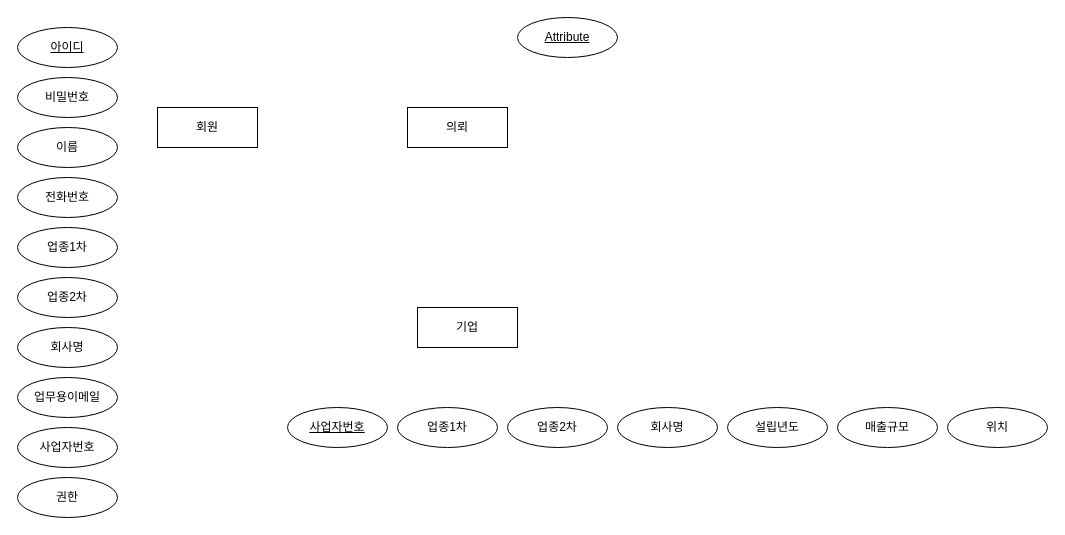
Before: 제목 없는 다이어그램.drawio in hanbinpark/Spring, a draw.io diagram. Source tidied: cells renumbered, new cells numbered last; positions are measured from the earlier drawing's top-left corner, leaving out a move shared by most shapes. Both pictures are drawn from the tidied source at 100%, with x=0, y=0 at pixel (17, 17).
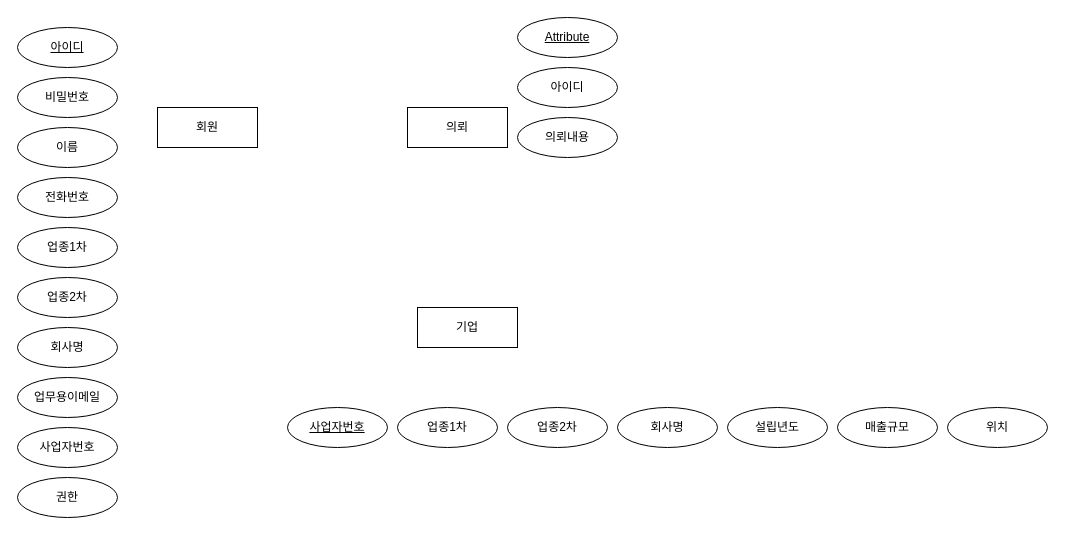
Above is the later version.

Commit message (it also covers changes not shown here):
제목 없는 다이어그램.drawio 업데이트

The edit, as a diff of the source:
```diff
@@
+    <mxCell id="23" value="아이디" style="ellipse;whiteSpace=wrap;html=1;align=center;" parent="1" vertex="1">
+      <mxGeometry x="500" y="50" width="100" height="40" as="geometry" />
+    </mxCell>
+    <mxCell id="24" value="의뢰내용" style="ellipse;whiteSpace=wrap;html=1;align=center;" parent="1" vertex="1">
+      <mxGeometry x="500" y="100" width="100" height="40" as="geometry" />
+    </mxCell>
```
